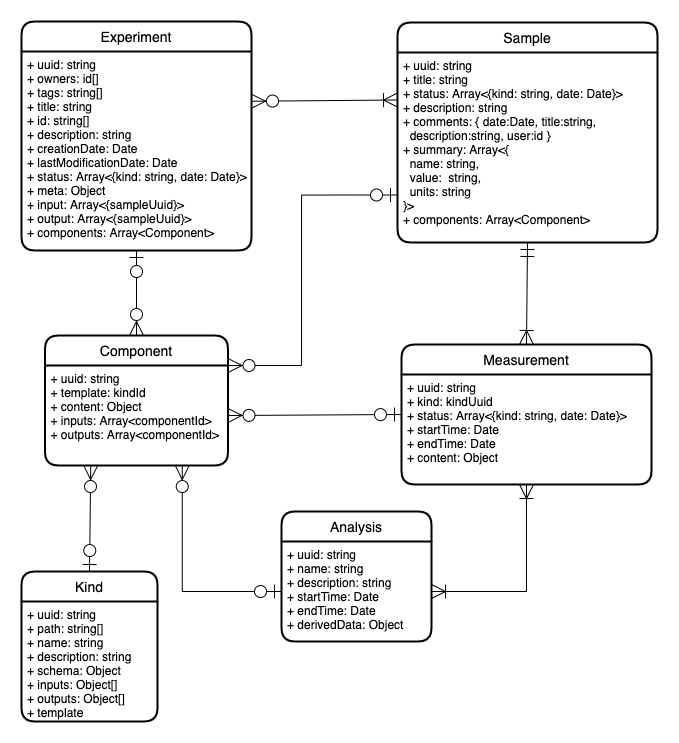
This is docs/db_proposal.png from mylims/specifications, a draw.io export, as it was before one commit. Source tidied: cells renumbered, new cells last; positions are measured from the earlier drawing's top-left corner, leaving out a move shared by most shapes.
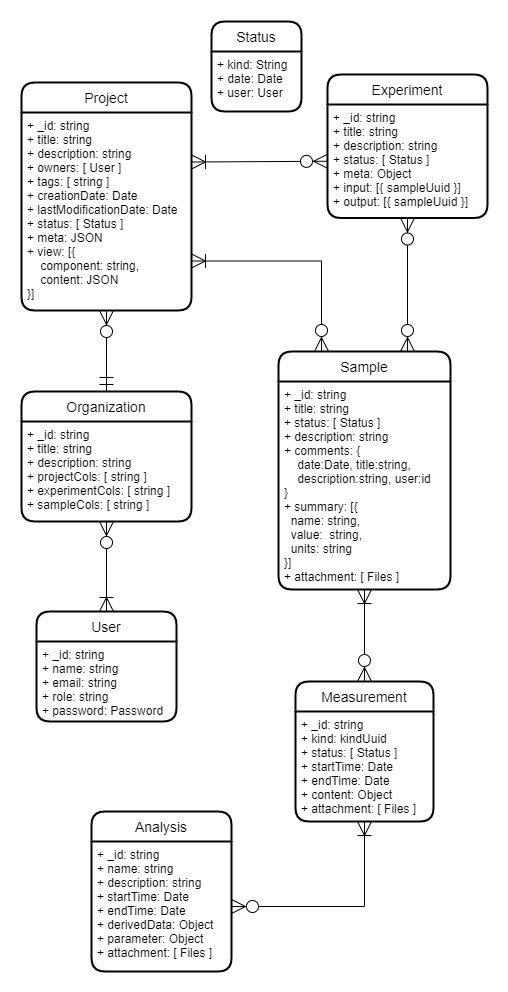
Above is the later version.

Commit message:
Update database proposal (#5)

* Update database proposal

* Update image

* Add current measurements

The edit, as a diff of the source:
```diff
@@ -2,74 +2,78 @@
   <root>
     <mxCell id="0" />
     <mxCell id="1" parent="0" />
-    <mxCell id="2" style="fontSize=12;html=1;endArrow=ERzeroToMany;startArrow=ERoneToMany;entryX=1;entryY=0.25;entryDx=0;entryDy=0;rounded=0;strokeColor=#000000;exitX=0;exitY=0.25;exitDx=0;exitDy=0;endSize=12;startSize=12;startFill=0;endFill=1;" parent="1" edge="1" source="11" target="8">
-      <mxGeometry relative="1" as="geometry" />
-    </mxCell>
-    <mxCell id="3" style="fontSize=12;html=1;endArrow=ERmandOne;startArrow=ERoneToMany;entryX=0.5;entryY=1;entryDx=0;entryDy=0;rounded=0;strokeColor=#000000;exitX=0.5;exitY=0;exitDx=0;exitDy=0;endSize=12;startSize=12;startFill=0;endFill=0;" parent="1" edge="1" source="16" target="11">
+    <mxCell id="3" style="fontSize=12;html=1;endArrow=ERoneToMany;startArrow=ERzeroToMany;entryX=0.5;entryY=1;entryDx=0;entryDy=0;rounded=0;strokeColor=#000000;exitX=0.5;exitY=0;exitDx=0;exitDy=0;endSize=12;startSize=12;startFill=1;endFill=0;" parent="1" edge="1" source="16" target="11">
       <mxGeometry relative="1" as="geometry" />
     </mxCell>
-    <mxCell id="4" style="fontSize=12;html=1;endArrow=ERoneToMany;startArrow=ERoneToMany;entryX=0.5;entryY=1;entryDx=0;entryDy=0;rounded=0;strokeColor=#000000;exitX=1;exitY=0.5;exitDx=0;exitDy=0;endSize=12;startSize=12;startFill=0;endFill=0;edgeStyle=orthogonalEdgeStyle;" parent="1" edge="1" source="21" target="17">
+    <mxCell id="4" style="fontSize=12;html=1;endArrow=ERoneToMany;startArrow=ERzeroToMany;entryX=0.5;entryY=1;entryDx=0;entryDy=0;rounded=0;strokeColor=#000000;exitX=1;exitY=0.5;exitDx=0;exitDy=0;endSize=12;startSize=12;startFill=1;endFill=0;edgeStyle=orthogonalEdgeStyle;" parent="1" edge="1" source="21" target="17">
       <mxGeometry relative="1" as="geometry" />
     </mxCell>
-    <mxCell id="5" style="fontSize=12;html=1;endArrow=ERzeroToOne;startArrow=ERzeroToMany;entryX=0.5;entryY=1;entryDx=0;entryDy=0;rounded=0;strokeColor=#000000;exitX=0.5;exitY=0;exitDx=0;exitDy=0;endSize=12;startSize=12;startFill=1;endFill=1;" parent="1" edge="1" source="14" target="8">
-      <mxGeometry relative="1" as="geometry" />
-    </mxCell>
-    <mxCell id="6" style="fontSize=12;html=1;endArrow=ERzeroToMany;startArrow=ERzeroToOne;entryX=1;entryY=0;entryDx=0;entryDy=0;rounded=0;strokeColor=#000000;exitX=0;exitY=0.75;exitDx=0;exitDy=0;endSize=12;startSize=12;startFill=1;endFill=1;edgeStyle=orthogonalEdgeStyle;" parent="1" edge="1" source="11" target="15">
-      <mxGeometry relative="1" as="geometry">
-        <Array as="points">
-          <mxPoint x="280" y="174" />
-          <mxPoint x="280" y="344" />
-        </Array>
-      </mxGeometry>
-    </mxCell>
+    <mxCell id="22" style="edgeStyle=orthogonalEdgeStyle;rounded=0;jettySize=auto;html=1;exitX=1;exitY=0.75;exitDx=0;exitDy=0;entryX=0.25;entryY=0;entryDx=0;entryDy=0;startArrow=ERoneToMany;startFill=0;endArrow=ERzeroToMany;endFill=1;endSize=12;startSize=12;" parent="1" edge="1" source="30" target="10">
+      <mxGeometry relative="1" as="geometry">
+        <Array as="points">
+          <mxPoint x="320" y="230" />
+        </Array>
+      </mxGeometry>
+    </mxCell>
+    <mxCell id="23" style="rounded=0;jettySize=auto;html=1;exitX=0.5;exitY=1;exitDx=0;exitDy=0;entryX=0.75;entryY=0;entryDx=0;entryDy=0;startArrow=ERzeroToMany;startFill=1;startSize=12;endArrow=ERzeroToMany;endFill=1;endSize=12;" parent="1" edge="1" source="8" target="10">
+      <mxGeometry relative="1" as="geometry" />
+    </mxCell>
+    <mxCell id="24" style="rounded=0;jettySize=auto;html=1;exitX=1;exitY=0.25;exitDx=0;exitDy=0;entryX=0;entryY=0.5;entryDx=0;entryDy=0;startArrow=ERoneToMany;startFill=0;startSize=12;endArrow=ERzeroToMany;endFill=1;endSize=12;" parent="1" edge="1" source="30" target="8">
+      <mxGeometry relative="1" as="geometry" />
+    </mxCell>
+    <mxCell id="25" value="Organization" style="swimlane;horizontal=1;startSize=30;rounded=1;fontSize=14;fontStyle=0;strokeWidth=2;shadow=0;dashed=0;align=center;" parent="1" vertex="1">
+      <mxGeometry x="20" y="360" width="170" height="130" as="geometry" />
+    </mxCell>
+    <mxCell id="26" value="+ _id: string&#10;+ title: string&#10;+ description: string&#10;+ projectCols: [ string ]&#10;+ experimentCols: [ string ]&#10;+ sampleCols: [ string ]" style="align=left;strokeColor=none;fillColor=none;spacingLeft=4;fontSize=12;verticalAlign=top;" parent="25" vertex="1">
+      <mxGeometry y="30" width="170" height="100" as="geometry" />
+    </mxCell>
+    <mxCell id="27" style="edgeStyle=none;rounded=0;jettySize=auto;html=1;exitX=0.5;exitY=1;exitDx=0;exitDy=0;entryX=0.5;entryY=0;entryDx=0;entryDy=0;startArrow=ERzeroToMany;startFill=1;startSize=12;endArrow=ERmandOne;endFill=0;endSize=12;" parent="1" edge="1" source="30" target="25">
+      <mxGeometry relative="1" as="geometry" />
+    </mxCell>
+    <mxCell id="28" style="edgeStyle=none;rounded=0;jettySize=auto;html=1;exitX=0.5;exitY=1;exitDx=0;exitDy=0;entryX=0.5;entryY=0;entryDx=0;entryDy=0;startArrow=ERzeroToMany;startFill=1;startSize=12;endArrow=ERoneToMany;endFill=0;endSize=12;" parent="1" edge="1" source="26" target="33">
+      <mxGeometry relative="1" as="geometry" />
+    </mxCell>
+    <mxCell id="29" value="Project" style="swimlane;horizontal=1;startSize=30;rounded=1;fontSize=14;fontStyle=0;strokeWidth=2;shadow=0;dashed=0;align=center;" parent="1" vertex="1">
+      <mxGeometry x="20" y="51" width="170" height="228" as="geometry" />
+    </mxCell>
+    <mxCell id="30" value="+ _id: string&#10;+ title: string&#10;+ description: string&#10;+ owners: [ User ]&#10;+ tags: [ string ]&#10;+ creationDate: Date&#10;+ lastModificationDate: Date&#10;+ status: [ Status ]&#10;+ meta: JSON&#10;+ view: [{&#10;    component: string,&#10;    content: JSON&#10;}]" style="align=left;strokeColor=none;fillColor=none;spacingLeft=4;fontSize=12;verticalAlign=top;" parent="29" vertex="1">
+      <mxGeometry y="30" width="170" height="198" as="geometry" />
+    </mxCell>
     <mxCell id="7" value="Experiment" style="swimlane;horizontal=1;startSize=30;rounded=1;fontSize=14;fontStyle=0;strokeWidth=2;shadow=0;dashed=0;align=center;" parent="1" vertex="1">
-      <mxGeometry width="230" height="229" as="geometry" />
+      <mxGeometry x="326" y="43" width="160" height="143.5" as="geometry" />
     </mxCell>
-    <mxCell id="8" value="+ uuid: string&#10;+ owners: id[]&#10;+ tags: string[]&#10;+ title: string&#10;+ id: string[]&#10;+ description: string&#10;+ creationDate: Date&#10;+ lastModificationDate: Date&#10;+ status: Array&lt;{kind: string, date: Date}&gt;&#10;+ meta: Object&#10;+ input: Array&lt;{sampleUuid}&gt;&#10;+ output: Array&lt;{sampleUuid}&gt;&#10;+ components: Array&lt;Component&gt;" style="align=left;strokeColor=none;fillColor=none;spacingLeft=4;fontSize=12;verticalAlign=top;" parent="7" vertex="1">
-      <mxGeometry y="30" width="230" height="199" as="geometry" />
+    <mxCell id="8" value="+ _id: string&#10;+ title: string&#10;+ description: string&#10;+ status: [ Status ]&#10;+ meta: Object&#10;+ input: [{ sampleUuid }]&#10;+ output: [{ sampleUuid }]" style="align=left;strokeColor=none;fillColor=none;spacingLeft=4;fontSize=12;verticalAlign=top;" parent="7" vertex="1">
+      <mxGeometry y="30" width="160" height="113.5" as="geometry" />
     </mxCell>
-    <mxCell id="9" style="fontSize=12;html=1;endArrow=ERzeroToMany;startArrow=ERzeroToOne;entryX=1;entryY=0.5;entryDx=0;entryDy=0;rounded=0;strokeColor=#000000;exitX=0;exitY=0.5;exitDx=0;exitDy=0;endSize=12;startSize=12;startFill=1;endFill=1;" parent="1" edge="1" source="16" target="15">
-      <mxGeometry relative="1" as="geometry" />
-    </mxCell>
     <mxCell id="10" value="Sample" style="swimlane;horizontal=1;startSize=30;rounded=1;fontSize=14;fontStyle=0;strokeWidth=2;shadow=0;dashed=0;align=center;" parent="1" vertex="1">
-      <mxGeometry x="376" y="1" width="260" height="220" as="geometry" />
+      <mxGeometry x="277" y="320" width="172" height="238" as="geometry" />
     </mxCell>
-    <mxCell id="11" value="+ uuid: string&#10;+ title: string&#10;+ status: Array&lt;{kind: string, date: Date}&gt;&#10;+ description: string&#10;+ comments: { date:Date, title:string,&#10;  description:string, user:id }&#10;+ summary: Array&lt;{&#10;  name: string,&#10;  value:  string,&#10;  units: string&#10;}&gt;&#10;+ components: Array&lt;Component&gt;" style="align=left;strokeColor=none;fillColor=none;spacingLeft=4;fontSize=12;verticalAlign=top;" parent="10" vertex="1">
-      <mxGeometry y="30" width="260" height="190" as="geometry" />
+    <mxCell id="11" value="+ _id: string&#10;+ title: string&#10;+ status: [ Status ]&#10;+ description: string&#10;+ comments: { &#10;    date:Date, title:string,&#10;    description:string, user:id&#10;}&#10;+ summary: [{&#10;  name: string,&#10;  value:  string,&#10;  units: string&#10;}]&#10;+ attachment: [ Files ]" style="align=left;strokeColor=none;fillColor=none;spacingLeft=4;fontSize=12;verticalAlign=top;" parent="10" vertex="1">
+      <mxGeometry y="30" width="172" height="208" as="geometry" />
     </mxCell>
-    <mxCell id="12" style="fontSize=12;html=1;endArrow=ERzeroToMany;startArrow=ERzeroToOne;entryX=0.75;entryY=1;entryDx=0;entryDy=0;rounded=0;strokeColor=#000000;endSize=12;startSize=12;startFill=1;endFill=1;edgeStyle=orthogonalEdgeStyle;exitX=0;exitY=0.5;exitDx=0;exitDy=0;" parent="1" edge="1" source="21" target="15">
-      <mxGeometry relative="1" as="geometry">
-        <Array as="points">
-          <mxPoint x="161" y="570" />
-        </Array>
-      </mxGeometry>
-    </mxCell>
-    <mxCell id="13" style="fontSize=12;html=1;endArrow=ERzeroToMany;startArrow=ERzeroToOne;entryX=0.25;entryY=1;entryDx=0;entryDy=0;rounded=0;strokeColor=#000000;exitX=0.5;exitY=0;exitDx=0;exitDy=0;endSize=12;startSize=12;startFill=1;endFill=1;" parent="1" edge="1" source="18" target="15">
-      <mxGeometry relative="1" as="geometry" />
-    </mxCell>
-    <mxCell id="14" value="Component" style="swimlane;horizontal=1;startSize=30;rounded=1;fontSize=14;fontStyle=0;strokeWidth=2;shadow=0;dashed=0;align=center;" parent="1" vertex="1">
-      <mxGeometry x="23.5" y="314" width="183" height="130" as="geometry" />
-    </mxCell>
-    <mxCell id="15" value="+ uuid: string&#10;+ template: kindId&#10;+ content: Object&#10;+ inputs: Array&lt;componentId&gt;&#10;+ outputs: Array&lt;componentId&gt;" style="align=left;strokeColor=none;fillColor=none;spacingLeft=4;fontSize=12;verticalAlign=top;" parent="14" vertex="1">
-      <mxGeometry y="30" width="183" height="100" as="geometry" />
-    </mxCell>
+    <mxCell id="31" value="Status" style="swimlane;horizontal=1;startSize=30;rounded=1;fontSize=14;fontStyle=0;strokeWidth=2;shadow=0;dashed=0;align=center;" parent="1" vertex="1">
+      <mxGeometry x="210" y="-10" width="90" height="90" as="geometry" />
+    </mxCell>
+    <mxCell id="32" value="+ kind: String&#10;+ date: Date&#10;+ user: User" style="align=left;strokeColor=none;fillColor=none;spacingLeft=4;fontSize=12;verticalAlign=top;" parent="31" vertex="1">
+      <mxGeometry y="30" width="90" height="60" as="geometry" />
+    </mxCell>
+    <mxCell id="20" value="Analysis" style="swimlane;horizontal=1;startSize=30;rounded=1;fontSize=14;fontStyle=0;strokeWidth=2;shadow=0;dashed=0;align=center;" parent="1" vertex="1">
+      <mxGeometry x="90" y="780" width="140" height="160" as="geometry" />
+    </mxCell>
+    <mxCell id="21" value="+ _id: string&#10;+ name: string&#10;+ description: string&#10;+ startTime: Date&#10;+ endTime: Date&#10;+ derivedData: Object&#10;+ parameter: Object&#10;+ attachment: [ Files ]" style="align=left;strokeColor=none;fillColor=none;spacingLeft=4;fontSize=12;verticalAlign=top;" parent="20" vertex="1">
+      <mxGeometry y="30" width="140" height="130" as="geometry" />
+    </mxCell>
     <mxCell id="16" value="Measurement" style="swimlane;horizontal=1;startSize=30;rounded=1;fontSize=14;fontStyle=0;strokeWidth=2;shadow=0;dashed=0;align=center;" parent="1" vertex="1">
-      <mxGeometry x="380" y="323" width="250" height="140" as="geometry" />
+      <mxGeometry x="294" y="650" width="138" height="140" as="geometry" />
     </mxCell>
-    <mxCell id="17" value="+ uuid: string&#10;+ kind: kindUuid&#10;+ status: Array&lt;{kind: string, date: Date}&gt;&#10;+ startTime: Date&#10;+ endTime: Date&#10;+ content: Object" style="align=left;strokeColor=none;fillColor=none;spacingLeft=4;fontSize=12;verticalAlign=top;" parent="16" vertex="1">
-      <mxGeometry y="30" width="250" height="110" as="geometry" />
+    <mxCell id="17" value="+ _id: string&#10;+ kind: kindUuid&#10;+ status: [ Status ]&#10;+ startTime: Date&#10;+ endTime: Date&#10;+ content: Object&#10;+ attachment: [ Files ]" style="align=left;strokeColor=none;fillColor=none;spacingLeft=4;fontSize=12;verticalAlign=top;" parent="16" vertex="1">
+      <mxGeometry y="30" width="138" height="110" as="geometry" />
     </mxCell>
-    <mxCell id="18" value="Kind" style="swimlane;horizontal=1;startSize=30;rounded=1;fontSize=14;fontStyle=0;strokeWidth=2;shadow=0;dashed=0;align=center;" parent="1" vertex="1">
-      <mxGeometry y="550" width="136" height="150" as="geometry" />
-    </mxCell>
-    <mxCell id="19" value="+ uuid: string&#10;+ path: string[]&#10;+ name: string&#10;+ description: string&#10;+ schema: Object&#10;+ inputs: Object[]&#10;+ outputs: Object[]&#10;+ template" style="align=left;strokeColor=none;fillColor=none;spacingLeft=4;fontSize=12;verticalAlign=top;" parent="18" vertex="1">
-      <mxGeometry y="30" width="136" height="120" as="geometry" />
-    </mxCell>
-    <mxCell id="20" value="Analysis" style="swimlane;horizontal=1;startSize=30;rounded=1;fontSize=14;fontStyle=0;strokeWidth=2;shadow=0;dashed=0;align=center;" parent="1" vertex="1">
-      <mxGeometry x="260" y="490" width="150" height="130" as="geometry" />
-    </mxCell>
-    <mxCell id="21" value="+ uuid: string&#10;+ name: string&#10;+ description: string&#10;+ startTime: Date&#10;+ endTime: Date&#10;+ derivedData: Object" style="align=left;strokeColor=none;fillColor=none;spacingLeft=4;fontSize=12;verticalAlign=top;" parent="20" vertex="1">
-      <mxGeometry y="30" width="150" height="100" as="geometry" />
-    </mxCell>
+    <mxCell id="33" value="User" style="swimlane;horizontal=1;startSize=30;rounded=1;fontSize=14;fontStyle=0;strokeWidth=2;shadow=0;dashed=0;align=center;" parent="1" vertex="1">
+      <mxGeometry x="35" y="580" width="140" height="110" as="geometry" />
+    </mxCell>
+    <mxCell id="34" value="+ _id: string&#10;+ name: string&#10;+ email: string&#10;+ role: string&#10;+ password: Password" style="align=left;strokeColor=none;fillColor=none;spacingLeft=4;fontSize=12;verticalAlign=top;" parent="33" vertex="1">
+      <mxGeometry y="30" width="140" height="80" as="geometry" />
+    </mxCell>
   </root>
 </mxGraphModel>
```
